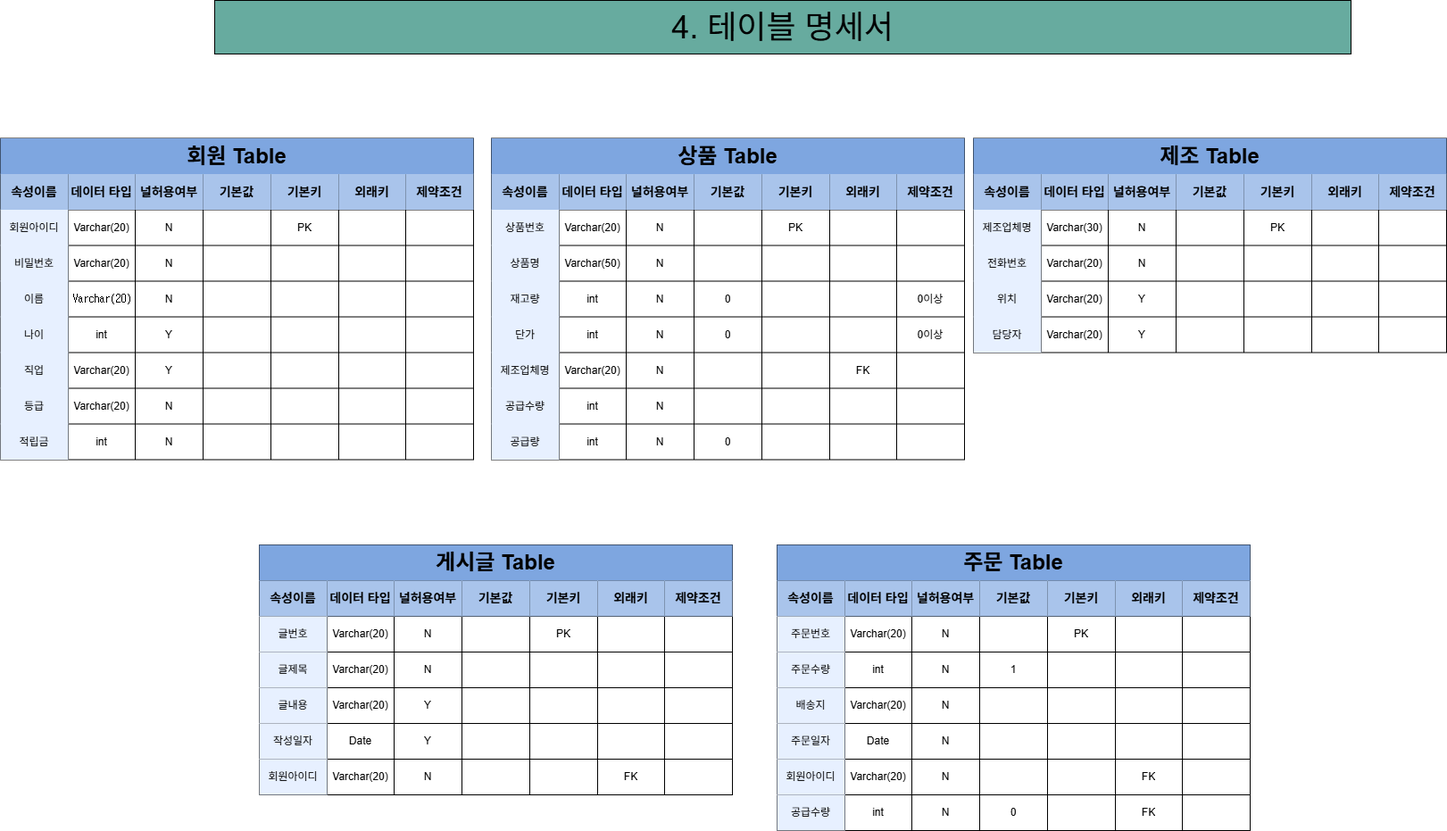
Earlier version of the draw.io export 한빛마트 온라인몰_4.테이블 설계.drawio.png (hazyala/DB_2025_2). Source tidied: cells renumbered, new cells last; positions are measured from the earlier drawing's top-left corner, leaving out a move shared by most shapes.
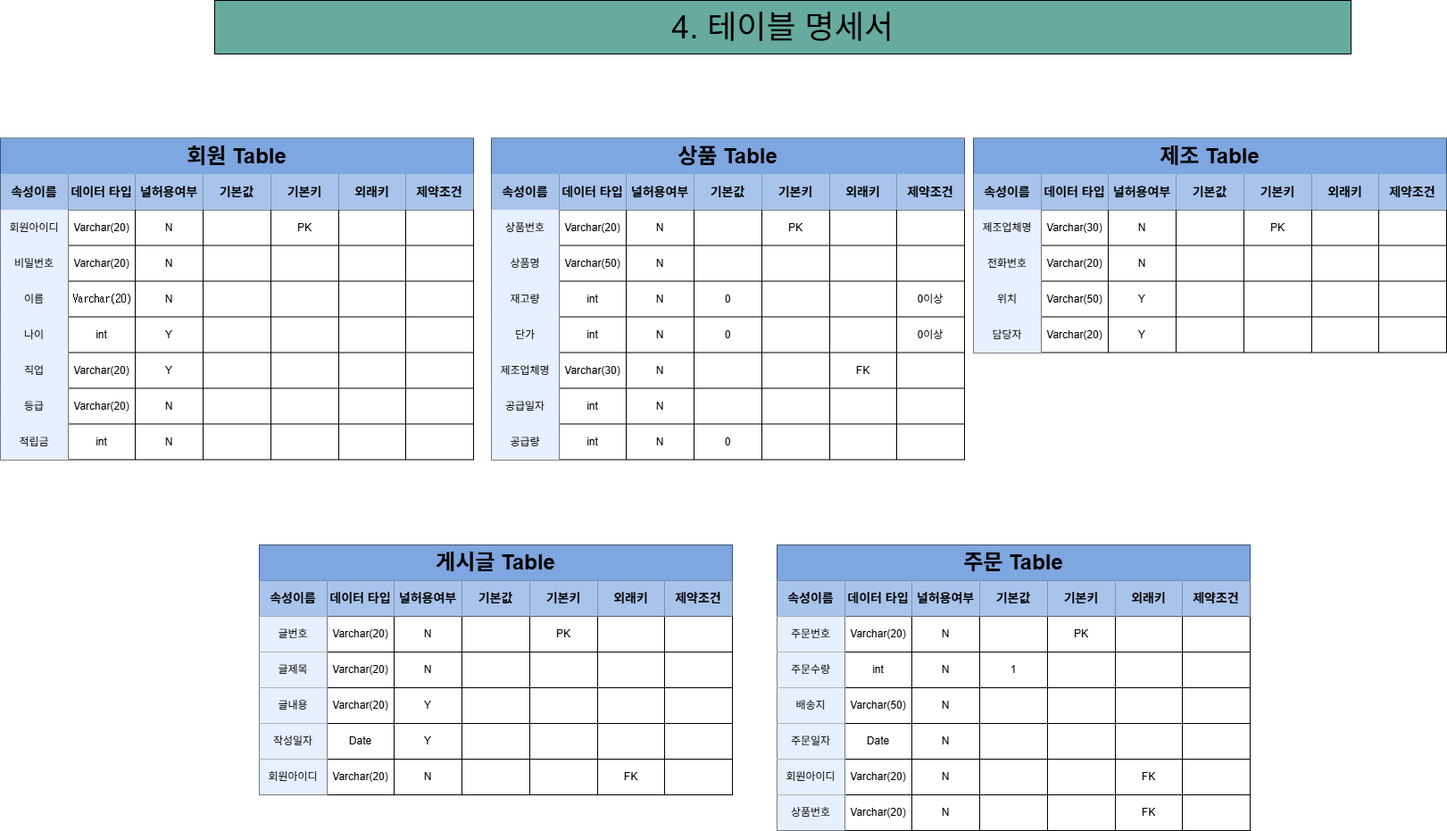
Above is the later version.

Commit message:
한빛마트 온라인몰_4.테이블 설계.drawio.png이 추가되었습니다.

What changed in the source:
```diff
@@ -341,7 +341,7 @@
     <mxCell id="114" value="제조업체명" style="shape=partialRectangle;html=1;whiteSpace=wrap;strokeColor=inherit;overflow=hidden;fillColor=#E7F0FF;top=0;left=0;bottom=0;right=0;" parent="113" vertex="1">
       <mxGeometry width="76" height="40" as="geometry" />
     </mxCell>
-    <mxCell id="115" value="Varchar(20)" style="shape=partialRectangle;html=1;whiteSpace=wrap;strokeColor=inherit;overflow=hidden;fillColor=none;top=0;left=0;bottom=0;right=0;" parent="113" vertex="1">
+    <mxCell id="115" value="Varchar(30)" style="shape=partialRectangle;html=1;whiteSpace=wrap;strokeColor=inherit;overflow=hidden;fillColor=none;top=0;left=0;bottom=0;right=0;" parent="113" vertex="1">
       <mxGeometry x="76" width="75" height="40" as="geometry" />
     </mxCell>
     <mxCell id="116" value="N" style="shape=partialRectangle;html=1;whiteSpace=wrap;strokeColor=inherit;overflow=hidden;fillColor=none;top=0;left=0;bottom=0;right=0;" parent="113" vertex="1">
@@ -362,7 +362,7 @@
     <mxCell id="121" style="shape=tableRow;horizontal=0;startSize=0;swimlaneHead=0;swimlaneBody=0;strokeColor=inherit;top=0;left=0;bottom=0;right=0;fillColor=none;" parent="70" vertex="1">
       <mxGeometry y="280" width="530" height="40" as="geometry" />
     </mxCell>
-    <mxCell id="122" value="공급수량" style="shape=partialRectangle;html=1;whiteSpace=wrap;strokeColor=inherit;overflow=hidden;fillColor=#E7F0FF;top=0;left=0;bottom=0;right=0;" parent="121" vertex="1">
+    <mxCell id="122" value="공급일자" style="shape=partialRectangle;html=1;whiteSpace=wrap;strokeColor=inherit;overflow=hidden;fillColor=#E7F0FF;top=0;left=0;bottom=0;right=0;" parent="121" vertex="1">
       <mxGeometry width="76" height="40" as="geometry" />
     </mxCell>
     <mxCell id="123" value="int" style="shape=partialRectangle;html=1;whiteSpace=wrap;strokeColor=inherit;overflow=hidden;fillColor=none;top=0;left=0;bottom=0;right=0;" parent="121" vertex="1">
@@ -494,7 +494,7 @@
     <mxCell id="165" value="위치" style="shape=partialRectangle;html=1;whiteSpace=wrap;strokeColor=inherit;overflow=hidden;fillColor=#E7F0FF;top=0;left=0;bottom=0;right=0;" parent="164" vertex="1">
       <mxGeometry width="76" height="40" as="geometry" />
     </mxCell>
-    <mxCell id="166" value="Varchar(20)" style="shape=partialRectangle;html=1;whiteSpace=wrap;strokeColor=inherit;overflow=hidden;fillColor=none;top=0;left=0;bottom=0;right=0;" parent="164" vertex="1">
+    <mxCell id="166" value="Varchar(50)" style="shape=partialRectangle;html=1;whiteSpace=wrap;strokeColor=inherit;overflow=hidden;fillColor=none;top=0;left=0;bottom=0;right=0;" parent="164" vertex="1">
       <mxGeometry x="76" width="75" height="40" as="geometry" />
     </mxCell>
     <mxCell id="167" value="Y" style="shape=partialRectangle;html=1;whiteSpace=wrap;strokeColor=inherit;overflow=hidden;fillColor=none;top=0;left=0;bottom=0;right=0;" parent="164" vertex="1">
@@ -776,7 +776,7 @@
     <mxCell id="259" value="배송지" style="shape=partialRectangle;html=1;whiteSpace=wrap;strokeColor=inherit;overflow=hidden;fillColor=#E7F0FF;top=0;left=0;bottom=0;right=0;" parent="258" vertex="1">
       <mxGeometry width="76" height="40" as="geometry" />
     </mxCell>
-    <mxCell id="260" value="Varchar(20)" style="shape=partialRectangle;html=1;whiteSpace=wrap;strokeColor=inherit;overflow=hidden;fillColor=none;top=0;left=0;bottom=0;right=0;" parent="258" vertex="1">
+    <mxCell id="260" value="Varchar(50)" style="shape=partialRectangle;html=1;whiteSpace=wrap;strokeColor=inherit;overflow=hidden;fillColor=none;top=0;left=0;bottom=0;right=0;" parent="258" vertex="1">
       <mxGeometry x="76" width="75" height="40" as="geometry" />
     </mxCell>
     <mxCell id="261" value="N" style="shape=partialRectangle;html=1;whiteSpace=wrap;strokeColor=inherit;overflow=hidden;fillColor=none;top=0;left=0;bottom=0;right=0;" parent="258" vertex="1">
@@ -845,16 +845,16 @@
     <mxCell id="282" style="shape=tableRow;horizontal=0;startSize=0;swimlaneHead=0;swimlaneBody=0;strokeColor=inherit;top=0;left=0;bottom=0;right=0;fillColor=none;" parent="231" vertex="1">
       <mxGeometry y="280" width="530" height="40" as="geometry" />
     </mxCell>
-    <mxCell id="283" value="공급수량" style="shape=partialRectangle;html=1;whiteSpace=wrap;strokeColor=inherit;overflow=hidden;fillColor=#E7F0FF;top=0;left=0;bottom=0;right=0;" parent="282" vertex="1">
+    <mxCell id="283" value="상품번호" style="shape=partialRectangle;html=1;whiteSpace=wrap;strokeColor=inherit;overflow=hidden;fillColor=#E7F0FF;top=0;left=0;bottom=0;right=0;" parent="282" vertex="1">
       <mxGeometry width="76" height="40" as="geometry" />
     </mxCell>
-    <mxCell id="284" value="int" style="shape=partialRectangle;html=1;whiteSpace=wrap;strokeColor=inherit;overflow=hidden;fillColor=none;top=0;left=0;bottom=0;right=0;" parent="282" vertex="1">
+    <mxCell id="284" value="Varchar(20)" style="shape=partialRectangle;html=1;whiteSpace=wrap;strokeColor=inherit;overflow=hidden;fillColor=none;top=0;left=0;bottom=0;right=0;" parent="282" vertex="1">
       <mxGeometry x="76" width="75" height="40" as="geometry" />
     </mxCell>
     <mxCell id="285" value="N" style="shape=partialRectangle;html=1;whiteSpace=wrap;strokeColor=inherit;overflow=hidden;fillColor=none;top=0;left=0;bottom=0;right=0;" parent="282" vertex="1">
       <mxGeometry x="151" width="76" height="40" as="geometry" />
     </mxCell>
-    <mxCell id="286" value="0" style="shape=partialRectangle;html=1;whiteSpace=wrap;strokeColor=inherit;overflow=hidden;fillColor=none;top=0;left=0;bottom=0;right=0;" parent="282" vertex="1">
+    <mxCell id="286" style="shape=partialRectangle;html=1;whiteSpace=wrap;strokeColor=inherit;overflow=hidden;fillColor=none;top=0;left=0;bottom=0;right=0;" parent="282" vertex="1">
       <mxGeometry x="227" width="76" height="40" as="geometry" />
     </mxCell>
     <mxCell id="287" style="shape=partialRectangle;html=1;whiteSpace=wrap;strokeColor=inherit;overflow=hidden;fillColor=none;top=0;left=0;bottom=0;right=0;" parent="282" vertex="1">
```
